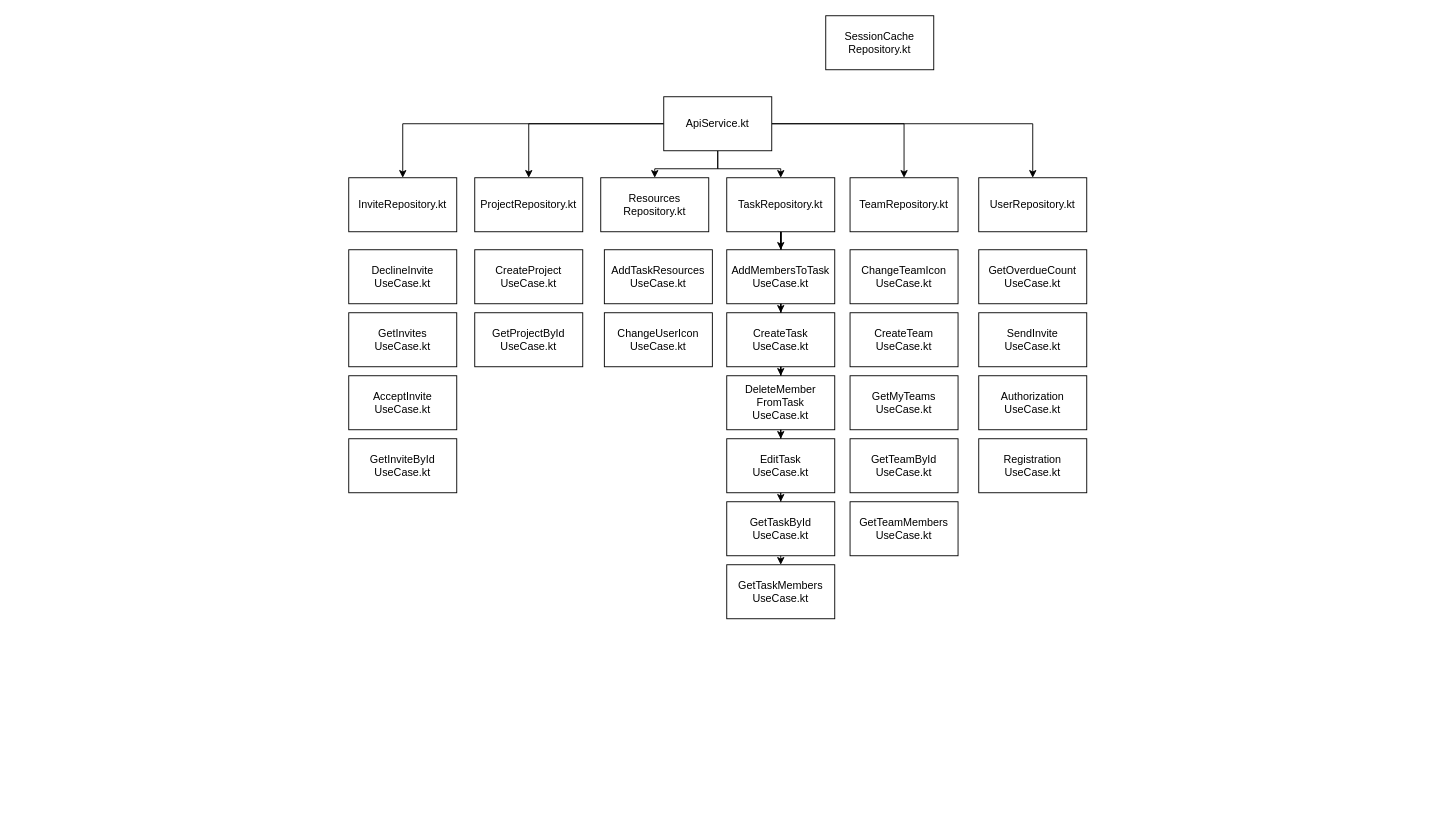
Above: UseCase.drawio in ShemenV/TicktMobile (draw.io), before the change. Source tidied: cells renumbered, new cells numbered last; positions are measured from the earlier drawing's top-left corner, leaving out a move shared by most shapes. Both pictures are drawn from the tidied source at 90%, with x=0, y=0 at pixel (348, 15).
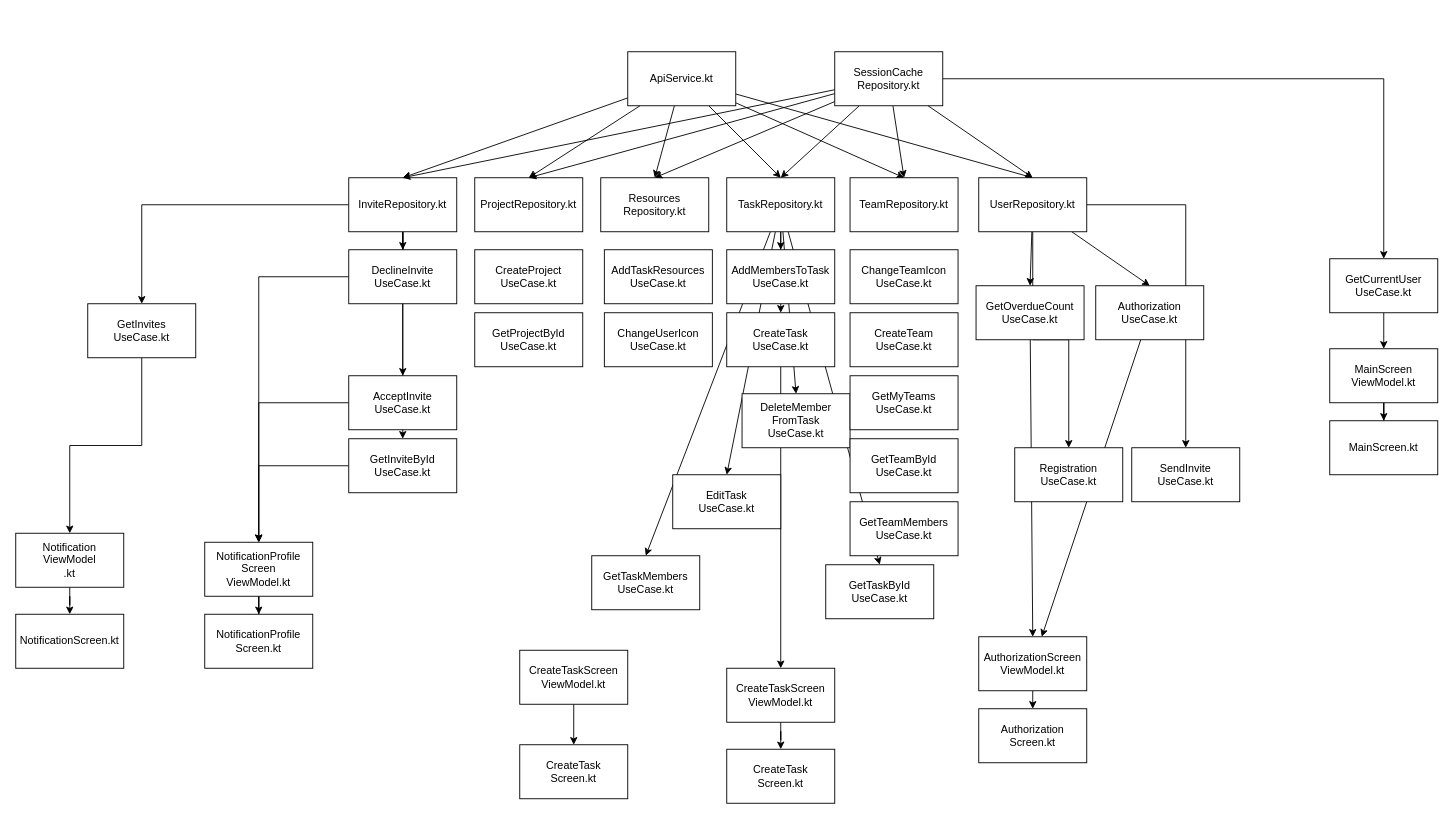
After the change.

The change refers to these unchanged cells:
```xml
<mxCell id="9" value="InviteRepository.kt" style="rounded=0;whiteSpace=wrap;html=1;" parent="1" vertex="1">
  <mxGeometry y="180" width="120" height="60" as="geometry" />
</mxCell>
<mxCell id="10" value="ProjectRepository.kt" style="rounded=0;whiteSpace=wrap;html=1;" parent="1" vertex="1">
  <mxGeometry x="140" y="180" width="120" height="60" as="geometry" />
</mxCell>
<mxCell id="11" value="&lt;div&gt;Resources&lt;/div&gt;&lt;div&gt;Repository.kt&lt;/div&gt;" style="rounded=0;whiteSpace=wrap;html=1;" parent="1" vertex="1">
  <mxGeometry x="280" y="180" width="120" height="60" as="geometry" />
</mxCell>
<mxCell id="19" value="TaskRepository.kt" style="rounded=0;whiteSpace=wrap;html=1;" parent="1" vertex="1">
  <mxGeometry x="420" y="180" width="120" height="60" as="geometry" />
</mxCell>
<mxCell id="20" value="TeamRepository.kt" style="rounded=0;whiteSpace=wrap;html=1;" parent="1" vertex="1">
  <mxGeometry x="557" y="180" width="120" height="60" as="geometry" />
</mxCell>
<mxCell id="21" value="UserRepository.kt" style="rounded=0;whiteSpace=wrap;html=1;" parent="1" vertex="1">
  <mxGeometry x="700" y="180" width="120" height="60" as="geometry" />
</mxCell>
<mxCell id="23" value="&lt;div&gt;AcceptInvite&lt;/div&gt;&lt;div&gt;UseCase.kt&lt;/div&gt;" style="rounded=0;whiteSpace=wrap;html=1;" parent="1" vertex="1">
  <mxGeometry y="400" width="120" height="60" as="geometry" />
</mxCell>
<mxCell id="24" value="&lt;div&gt;GetInviteById&lt;/div&gt;&lt;div&gt;UseCase.kt&lt;/div&gt;" style="rounded=0;whiteSpace=wrap;html=1;" parent="1" vertex="1">
  <mxGeometry y="470" width="120" height="60" as="geometry" />
</mxCell>
<mxCell id="25" value="&lt;div&gt;DeclineInvite&lt;/div&gt;&lt;div&gt;UseCase.kt&lt;/div&gt;" style="rounded=0;whiteSpace=wrap;html=1;" parent="1" vertex="1">
  <mxGeometry y="260" width="120" height="60" as="geometry" />
</mxCell>
<mxCell id="31" value="&lt;div&gt;AddMembersToTask&lt;/div&gt;&lt;div&gt;UseCase.kt&lt;/div&gt;" style="rounded=0;whiteSpace=wrap;html=1;" parent="1" vertex="1">
  <mxGeometry x="420" y="260" width="120" height="60" as="geometry" />
</mxCell>
<mxCell id="32" value="&lt;div&gt;CreateTask&lt;/div&gt;&lt;div&gt;UseCase.kt&lt;/div&gt;" style="rounded=0;whiteSpace=wrap;html=1;" parent="1" vertex="1">
  <mxGeometry x="420" y="330" width="120" height="60" as="geometry" />
</mxCell>
```

Diff of the diagram source:
```diff
@@
-    <mxCell id="2" style="edgeStyle=orthogonalEdgeStyle;rounded=0;jettySize=auto;html=1;entryX=0.5;entryY=0;entryDx=0;entryDy=0;" parent="1" edge="1" source="8" target="9">
+    <mxCell id="2" style="rounded=0;jettySize=auto;html=1;entryX=0.5;entryY=0;entryDx=0;entryDy=0;" parent="1" edge="1" source="8" target="9">
       <mxGeometry relative="1" as="geometry" />
     </mxCell>
-    <mxCell id="3" style="edgeStyle=orthogonalEdgeStyle;rounded=0;jettySize=auto;html=1;entryX=0.5;entryY=0;entryDx=0;entryDy=0;" parent="1" edge="1" source="8" target="10">
+    <mxCell id="3" style="rounded=0;jettySize=auto;html=1;entryX=0.5;entryY=0;entryDx=0;entryDy=0;" parent="1" edge="1" source="8" target="10">
       <mxGeometry relative="1" as="geometry" />
     </mxCell>
-    <mxCell id="4" style="edgeStyle=orthogonalEdgeStyle;rounded=0;jettySize=auto;html=1;entryX=0.5;entryY=0;entryDx=0;entryDy=0;" parent="1" edge="1" source="8" target="11">
+    <mxCell id="4" style="rounded=0;jettySize=auto;html=1;entryX=0.5;entryY=0;entryDx=0;entryDy=0;" parent="1" edge="1" source="8" target="11">
       <mxGeometry relative="1" as="geometry" />
     </mxCell>
-    <mxCell id="5" style="edgeStyle=orthogonalEdgeStyle;rounded=0;jettySize=auto;html=1;entryX=0.5;entryY=0;entryDx=0;entryDy=0;" parent="1" edge="1" source="8" target="19">
+    <mxCell id="5" style="rounded=0;jettySize=auto;html=1;entryX=0.5;entryY=0;entryDx=0;entryDy=0;" parent="1" edge="1" source="8" target="19">
       <mxGeometry relative="1" as="geometry" />
     </mxCell>
-    <mxCell id="6" style="edgeStyle=orthogonalEdgeStyle;rounded=0;jettySize=auto;html=1;entryX=0.5;entryY=0;entryDx=0;entryDy=0;" parent="1" edge="1" source="8" target="20">
+    <mxCell id="6" style="rounded=0;jettySize=auto;html=1;entryX=0.5;entryY=0;entryDx=0;entryDy=0;" parent="1" edge="1" source="8" target="20">
       <mxGeometry relative="1" as="geometry" />
     </mxCell>
-    <mxCell id="7" style="edgeStyle=orthogonalEdgeStyle;rounded=0;jettySize=auto;html=1;entryX=0.5;entryY=0;entryDx=0;entryDy=0;" parent="1" edge="1" source="8" target="21">
+    <mxCell id="7" style="rounded=0;jettySize=auto;html=1;entryX=0.5;entryY=0;entryDx=0;entryDy=0;" parent="1" edge="1" source="8" target="21">
       <mxGeometry relative="1" as="geometry" />
     </mxCell>
     <mxCell id="8" value="ApiService.kt" style="rounded=0;whiteSpace=wrap;html=1;" parent="1" vertex="1">
-      <mxGeometry x="350" y="90" width="120" height="60" as="geometry" />
+      <mxGeometry x="310" y="40" width="120" height="60" as="geometry" />
     </mxCell>
+    <mxCell id="46" style="edgeStyle=orthogonalEdgeStyle;rounded=0;jettySize=auto;html=1;entryX=0.5;entryY=0;entryDx=0;entryDy=0;" parent="1" edge="1" source="9" target="25">
+      <mxGeometry relative="1" as="geometry" />
+    </mxCell>
+    <mxCell id="47" style="edgeStyle=orthogonalEdgeStyle;rounded=0;jettySize=auto;html=1;entryX=0.5;entryY=0;entryDx=0;entryDy=0;" parent="1" edge="1" source="9" target="26">
+      <mxGeometry relative="1" as="geometry" />
+    </mxCell>
+    <mxCell id="48" style="edgeStyle=orthogonalEdgeStyle;rounded=0;jettySize=auto;html=1;entryX=0.5;entryY=0;entryDx=0;entryDy=0;" parent="1" edge="1" source="9" target="23">
+      <mxGeometry relative="1" as="geometry" />
+    </mxCell>
+    <mxCell id="49" style="edgeStyle=orthogonalEdgeStyle;rounded=0;jettySize=auto;html=1;entryX=0.5;entryY=0;entryDx=0;entryDy=0;" parent="1" edge="1" source="9" target="24">
+      <mxGeometry relative="1" as="geometry" />
+    </mxCell>
@@
+    <mxCell id="50" style="rounded=0;jettySize=auto;html=1;entryX=0.5;entryY=0;entryDx=0;entryDy=0;" parent="1" edge="1" source="12" target="21">
+      <mxGeometry relative="1" as="geometry" />
+    </mxCell>
+    <mxCell id="51" style="rounded=0;jettySize=auto;html=1;entryX=0.5;entryY=0;entryDx=0;entryDy=0;" parent="1" edge="1" source="12" target="20">
+      <mxGeometry relative="1" as="geometry" />
+    </mxCell>
+    <mxCell id="52" style="rounded=0;jettySize=auto;html=1;entryX=0.5;entryY=0;entryDx=0;entryDy=0;" parent="1" edge="1" source="12" target="19">
+      <mxGeometry relative="1" as="geometry" />
+    </mxCell>
+    <mxCell id="53" style="rounded=0;jettySize=auto;html=1;entryX=0.5;entryY=0;entryDx=0;entryDy=0;" parent="1" edge="1" source="12" target="11">
+      <mxGeometry relative="1" as="geometry" />
+    </mxCell>
+    <mxCell id="54" style="rounded=0;jettySize=auto;html=1;entryX=0.5;entryY=0;entryDx=0;entryDy=0;" parent="1" edge="1" source="12" target="10">
+      <mxGeometry relative="1" as="geometry" />
+    </mxCell>
+    <mxCell id="55" style="rounded=0;jettySize=auto;html=1;entryX=0.5;entryY=0;entryDx=0;entryDy=0;" parent="1" edge="1" source="12" target="9">
+      <mxGeometry relative="1" as="geometry" />
+    </mxCell>
+    <mxCell id="56" style="edgeStyle=orthogonalEdgeStyle;rounded=0;jettySize=auto;html=1;entryX=0.5;entryY=0;entryDx=0;entryDy=0;" parent="1" edge="1" source="12" target="78">
+      <mxGeometry relative="1" as="geometry" />
+    </mxCell>
     <mxCell id="12" value="&lt;div&gt;SessionCache&lt;/div&gt;&lt;div&gt;Repository.kt&lt;/div&gt;" style="rounded=0;whiteSpace=wrap;html=1;" parent="1" vertex="1">
-      <mxGeometry x="530" width="120" height="60" as="geometry" />
+      <mxGeometry x="540" y="40" width="120" height="60" as="geometry" />
     </mxCell>
-    <mxCell id="13" style="edgeStyle=orthogonalEdgeStyle;rounded=0;jettySize=auto;html=1;" parent="1" edge="1" source="19" target="31">
+    <mxCell id="13" style="rounded=0;jettySize=auto;html=1;" parent="1" edge="1" source="19" target="31">
       <mxGeometry relative="1" as="geometry" />
     </mxCell>
-    <mxCell id="14" style="edgeStyle=orthogonalEdgeStyle;rounded=0;jettySize=auto;html=1;entryX=0.5;entryY=0;entryDx=0;entryDy=0;" parent="1" edge="1" source="19" target="32">
+    <mxCell id="14" style="rounded=0;jettySize=auto;html=1;entryX=0.5;entryY=0;entryDx=0;entryDy=0;" parent="1" edge="1" source="19" target="32">
       <mxGeometry relative="1" as="geometry" />
     </mxCell>
-    <mxCell id="15" style="edgeStyle=orthogonalEdgeStyle;rounded=0;jettySize=auto;html=1;entryX=0.5;entryY=0;entryDx=0;entryDy=0;" parent="1" edge="1" source="19" target="33">
+    <mxCell id="15" style="rounded=0;jettySize=auto;html=1;entryX=0.5;entryY=0;entryDx=0;entryDy=0;" parent="1" edge="1" source="19" target="33">
       <mxGeometry relative="1" as="geometry" />
     </mxCell>
-    <mxCell id="16" style="edgeStyle=orthogonalEdgeStyle;rounded=0;jettySize=auto;html=1;entryX=0.5;entryY=0;entryDx=0;entryDy=0;" parent="1" edge="1" source="19" target="34">
+    <mxCell id="16" style="rounded=0;jettySize=auto;html=1;entryX=0.5;entryY=0;entryDx=0;entryDy=0;" parent="1" edge="1" source="19" target="34">
       <mxGeometry relative="1" as="geometry" />
     </mxCell>
-    <mxCell id="17" style="edgeStyle=orthogonalEdgeStyle;rounded=0;jettySize=auto;html=1;entryX=0.5;entryY=0;entryDx=0;entryDy=0;" parent="1" edge="1" source="19" target="35">
+    <mxCell id="17" style="rounded=0;jettySize=auto;html=1;entryX=0.5;entryY=0;entryDx=0;entryDy=0;" parent="1" edge="1" source="19" target="35">
       <mxGeometry relative="1" as="geometry" />
     </mxCell>
-    <mxCell id="18" style="edgeStyle=orthogonalEdgeStyle;rounded=0;jettySize=auto;html=1;entryX=0.5;entryY=0;entryDx=0;entryDy=0;" parent="1" edge="1" source="19" target="36">
+    <mxCell id="18" style="rounded=0;jettySize=auto;html=1;entryX=0.5;entryY=0;entryDx=0;entryDy=0;" parent="1" edge="1" source="19" target="36">
       <mxGeometry relative="1" as="geometry" />
     </mxCell>
@@
+    <mxCell id="57" style="rounded=0;jettySize=auto;html=1;entryX=0.5;entryY=0;entryDx=0;entryDy=0;" parent="1" edge="1" source="21" target="42">
+      <mxGeometry relative="1" as="geometry" />
+    </mxCell>
+    <mxCell id="58" style="rounded=0;jettySize=auto;html=1;entryX=0.5;entryY=0;entryDx=0;entryDy=0;" parent="1" edge="1" source="21" target="44">
+      <mxGeometry relative="1" as="geometry" />
+    </mxCell>
+    <mxCell id="59" style="edgeStyle=orthogonalEdgeStyle;rounded=0;jettySize=auto;html=1;entryX=0.5;entryY=0;entryDx=0;entryDy=0;" parent="1" edge="1" source="21" target="43">
+      <mxGeometry relative="1" as="geometry" />
+    </mxCell>
+    <mxCell id="60" style="edgeStyle=orthogonalEdgeStyle;rounded=0;jettySize=auto;html=1;entryX=0.5;entryY=0;entryDx=0;entryDy=0;" parent="1" edge="1" source="21" target="45">
+      <mxGeometry relative="1" as="geometry" />
+    </mxCell>
@@
     <mxCell id="22" style="text;whiteSpace=wrap;html=1;" parent="1" vertex="1">
-      <mxGeometry x="290" y="730" width="60" height="50" as="geometry" />
+      <mxGeometry x="224" y="715" width="60" height="50" as="geometry" />
     </mxCell>
+    <mxCell id="61" style="edgeStyle=orthogonalEdgeStyle;rounded=0;jettySize=auto;html=1;entryX=0.5;entryY=0;entryDx=0;entryDy=0;" parent="1" edge="1" source="23" target="80">
+      <mxGeometry relative="1" as="geometry" />
+    </mxCell>
@@
+    <mxCell id="62" style="edgeStyle=orthogonalEdgeStyle;rounded=0;jettySize=auto;html=1;entryX=0.5;entryY=0;entryDx=0;entryDy=0;" parent="1" edge="1" source="24" target="80">
+      <mxGeometry relative="1" as="geometry" />
+    </mxCell>
@@
+    <mxCell id="63" style="edgeStyle=orthogonalEdgeStyle;rounded=0;jettySize=auto;html=1;entryX=0.5;entryY=0;entryDx=0;entryDy=0;" parent="1" edge="1" source="25" target="80">
+      <mxGeometry relative="1" as="geometry" />
+    </mxCell>
@@
+    <mxCell id="64" style="edgeStyle=orthogonalEdgeStyle;rounded=0;jettySize=auto;html=1;entryX=0.5;entryY=0;entryDx=0;entryDy=0;" parent="1" edge="1" source="26" target="86">
+      <mxGeometry relative="1" as="geometry" />
+    </mxCell>
     <mxCell id="26" value="&lt;div&gt;GetInvites&lt;/div&gt;&lt;div&gt;UseCase.kt&lt;/div&gt;" style="rounded=0;whiteSpace=wrap;html=1;" parent="1" vertex="1">
-      <mxGeometry y="330" width="120" height="60" as="geometry" />
+      <mxGeometry x="-290" y="320" width="120" height="60" as="geometry" />
     </mxCell>
@@
+    <mxCell id="65" style="edgeStyle=orthogonalEdgeStyle;rounded=0;jettySize=auto;html=1;entryX=0.5;entryY=0;entryDx=0;entryDy=0;" parent="1" edge="1" source="32" target="72">
+      <mxGeometry relative="1" as="geometry" />
+    </mxCell>
@@
     <mxCell id="33" value="&lt;div&gt;DeleteMember&lt;/div&gt;&lt;div&gt;FromTask&lt;/div&gt;&lt;div&gt;UseCase.kt&lt;/div&gt;" style="rounded=0;whiteSpace=wrap;html=1;" parent="1" vertex="1">
-      <mxGeometry x="420" y="400" width="120" height="60" as="geometry" />
+      <mxGeometry x="437" y="420" width="120" height="60" as="geometry" />
     </mxCell>
     <mxCell id="34" value="&lt;div&gt;EditTask&lt;/div&gt;&lt;div&gt;UseCase.kt&lt;/div&gt;" style="rounded=0;whiteSpace=wrap;html=1;" parent="1" vertex="1">
-      <mxGeometry x="420" y="470" width="120" height="60" as="geometry" />
+      <mxGeometry x="360" y="510" width="120" height="60" as="geometry" />
     </mxCell>
     <mxCell id="35" value="&lt;div&gt;GetTaskById&lt;/div&gt;&lt;div&gt;UseCase.kt&lt;/div&gt;" style="rounded=0;whiteSpace=wrap;html=1;" parent="1" vertex="1">
-      <mxGeometry x="420" y="540" width="120" height="60" as="geometry" />
+      <mxGeometry x="530" y="610" width="120" height="60" as="geometry" />
     </mxCell>
     <mxCell id="36" value="&lt;div&gt;GetTaskMembers&lt;/div&gt;&lt;div&gt;UseCase.kt&lt;/div&gt;" style="rounded=0;whiteSpace=wrap;html=1;" parent="1" vertex="1">
-      <mxGeometry x="420" y="610" width="120" height="60" as="geometry" />
+      <mxGeometry x="270" y="600" width="120" height="60" as="geometry" />
     </mxCell>
@@
+    <mxCell id="66" style="rounded=0;jettySize=auto;html=1;entryX=0.5;entryY=0;entryDx=0;entryDy=0;" parent="1" edge="1" source="42" target="69">
+      <mxGeometry relative="1" as="geometry" />
+    </mxCell>
     <mxCell id="42" value="&lt;div&gt;GetOverdueCount&lt;/div&gt;&lt;div&gt;UseCase.kt&lt;/div&gt;" style="rounded=0;whiteSpace=wrap;html=1;" parent="1" vertex="1">
-      <mxGeometry x="700" y="260" width="120" height="60" as="geometry" />
+      <mxGeometry x="697" y="300" width="120" height="60" as="geometry" />
     </mxCell>
     <mxCell id="43" value="&lt;div&gt;SendInvite&lt;/div&gt;&lt;div&gt;UseCase.kt&lt;/div&gt;" style="rounded=0;whiteSpace=wrap;html=1;" parent="1" vertex="1">
-      <mxGeometry x="700" y="330" width="120" height="60" as="geometry" />
+      <mxGeometry x="870" y="480" width="120" height="60" as="geometry" />
     </mxCell>
+    <mxCell id="67" style="rounded=0;jettySize=auto;html=1;" parent="1" edge="1" source="44" target="69">
+      <mxGeometry relative="1" as="geometry" />
+    </mxCell>
     <mxCell id="44" value="&lt;div&gt;Authorization&lt;/div&gt;&lt;div&gt;UseCase.kt&lt;/div&gt;" style="rounded=0;whiteSpace=wrap;html=1;" parent="1" vertex="1">
-      <mxGeometry x="700" y="400" width="120" height="60" as="geometry" />
+      <mxGeometry x="830" y="300" width="120" height="60" as="geometry" />
     </mxCell>
     <mxCell id="45" value="&lt;div&gt;Registration&lt;/div&gt;&lt;div&gt;UseCase.kt&lt;/div&gt;" style="rounded=0;whiteSpace=wrap;html=1;" parent="1" vertex="1">
-      <mxGeometry x="700" y="470" width="120" height="60" as="geometry" />
+      <mxGeometry x="740" y="480" width="120" height="60" as="geometry" />
     </mxCell>
+    <mxCell id="68" style="rounded=0;jettySize=auto;html=1;entryX=0.5;entryY=0;entryDx=0;entryDy=0;" parent="1" edge="1" source="69" target="70">
+      <mxGeometry relative="1" as="geometry" />
+    </mxCell>
+    <mxCell id="69" value="&lt;div&gt;AuthorizationScreen&lt;/div&gt;&lt;div&gt;ViewModel.kt&lt;/div&gt;" style="rounded=0;whiteSpace=wrap;html=1;" parent="1" vertex="1">
+      <mxGeometry x="700" y="690" width="120" height="60" as="geometry" />
+    </mxCell>
+    <mxCell id="70" value="&lt;div&gt;Authorization&lt;/div&gt;&lt;div&gt;Screen.kt&lt;/div&gt;" style="rounded=0;whiteSpace=wrap;html=1;" parent="1" vertex="1">
+      <mxGeometry x="700" y="770" width="120" height="60" as="geometry" />
+    </mxCell>
+    <mxCell id="71" style="edgeStyle=orthogonalEdgeStyle;rounded=0;jettySize=auto;html=1;" parent="1" edge="1" source="72" target="73">
+      <mxGeometry relative="1" as="geometry" />
+    </mxCell>
+    <mxCell id="72" value="&lt;div&gt;CreateTaskScreen&lt;/div&gt;&lt;div&gt;ViewModel.kt&lt;/div&gt;" style="rounded=0;whiteSpace=wrap;html=1;" parent="1" vertex="1">
+      <mxGeometry x="420" y="725" width="120" height="60" as="geometry" />
+    </mxCell>
+    <mxCell id="73" value="&lt;div&gt;CreateTask&lt;/div&gt;&lt;div&gt;Screen.kt&lt;/div&gt;" style="whiteSpace=wrap;html=1;rounded=0;" parent="1" vertex="1">
+      <mxGeometry x="420" y="815" width="120" height="60" as="geometry" />
+    </mxCell>
+    <mxCell id="74" style="edgeStyle=orthogonalEdgeStyle;rounded=0;jettySize=auto;html=1;" parent="1" edge="1" source="75" target="76">
+      <mxGeometry relative="1" as="geometry" />
+    </mxCell>
+    <mxCell id="75" value="&lt;div&gt;MainScreen&lt;/div&gt;&lt;div&gt;ViewModel.kt&lt;/div&gt;" style="rounded=0;whiteSpace=wrap;html=1;" parent="1" vertex="1">
+      <mxGeometry x="1090" y="370" width="120" height="60" as="geometry" />
+    </mxCell>
+    <mxCell id="76" value="MainScreen.kt" style="whiteSpace=wrap;html=1;rounded=0;" parent="1" vertex="1">
+      <mxGeometry x="1090" y="450" width="120" height="60" as="geometry" />
+    </mxCell>
+    <mxCell id="77" style="edgeStyle=orthogonalEdgeStyle;rounded=0;jettySize=auto;html=1;entryX=0.5;entryY=0;entryDx=0;entryDy=0;" parent="1" edge="1" source="78" target="75">
+      <mxGeometry relative="1" as="geometry" />
+    </mxCell>
+    <mxCell id="78" value="&lt;div&gt;GetCurrentUser&lt;/div&gt;&lt;div&gt;UseCase.kt&lt;/div&gt;" style="rounded=0;whiteSpace=wrap;html=1;" parent="1" vertex="1">
+      <mxGeometry x="1090" y="270" width="120" height="60" as="geometry" />
+    </mxCell>
+    <mxCell id="79" style="edgeStyle=orthogonalEdgeStyle;rounded=0;jettySize=auto;html=1;" parent="1" edge="1" source="80" target="81">
+      <mxGeometry relative="1" as="geometry" />
+    </mxCell>
+    <mxCell id="80" value="&lt;div&gt;NotificationProfile&lt;/div&gt;&lt;div&gt;Screen&lt;/div&gt;&lt;div&gt;ViewModel.kt&lt;/div&gt;" style="rounded=0;whiteSpace=wrap;html=1;" parent="1" vertex="1">
+      <mxGeometry x="-160" y="585" width="120" height="60" as="geometry" />
+    </mxCell>
+    <mxCell id="81" value="&lt;div&gt;NotificationProfile&lt;/div&gt;&lt;div&gt;Screen.kt&lt;/div&gt;" style="whiteSpace=wrap;html=1;rounded=0;" parent="1" vertex="1">
+      <mxGeometry x="-160" y="665" width="120" height="60" as="geometry" />
+    </mxCell>
+    <mxCell id="82" style="edgeStyle=orthogonalEdgeStyle;rounded=0;jettySize=auto;html=1;" parent="1" edge="1" source="83" target="84">
+      <mxGeometry relative="1" as="geometry" />
+    </mxCell>
+    <mxCell id="83" value="&lt;div&gt;CreateTaskScreen&lt;/div&gt;&lt;div&gt;ViewModel.kt&lt;/div&gt;" style="rounded=0;whiteSpace=wrap;html=1;" parent="1" vertex="1">
+      <mxGeometry x="190" y="705" width="120" height="60" as="geometry" />
+    </mxCell>
+    <mxCell id="84" value="&lt;div&gt;CreateTask&lt;/div&gt;&lt;div&gt;Screen.kt&lt;/div&gt;" style="whiteSpace=wrap;html=1;rounded=0;" parent="1" vertex="1">
+      <mxGeometry x="190" y="810" width="120" height="60" as="geometry" />
+    </mxCell>
+    <mxCell id="85" style="edgeStyle=orthogonalEdgeStyle;rounded=0;jettySize=auto;html=1;" parent="1" edge="1" source="86" target="87">
+      <mxGeometry relative="1" as="geometry" />
+    </mxCell>
+    <mxCell id="86" value="&lt;div&gt;Notification&lt;/div&gt;&lt;div&gt;ViewModel&lt;/div&gt;.kt" style="rounded=0;whiteSpace=wrap;html=1;" parent="1" vertex="1">
+      <mxGeometry x="-370" y="575" width="120" height="60" as="geometry" />
+    </mxCell>
+    <mxCell id="87" value="NotificationScreen.kt" style="whiteSpace=wrap;html=1;rounded=0;" parent="1" vertex="1">
+      <mxGeometry x="-370" y="665" width="120" height="60" as="geometry" />
+    </mxCell>
```
